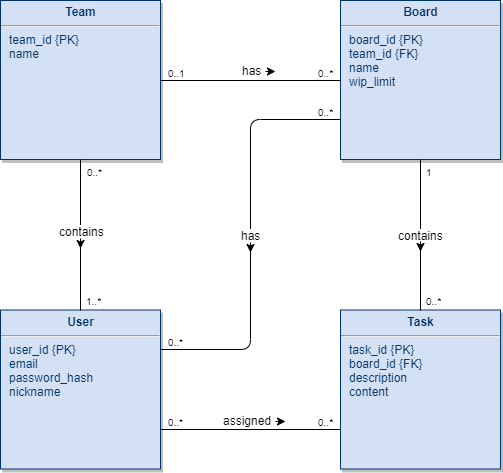
Earlier version of the draw.io export resources/kanban-model-er.png (Sentrilio/kanban-app). Source tidied: cells renumbered, new cells last; positions are measured from the earlier drawing's top-left corner, leaving out a move shared by most shapes.
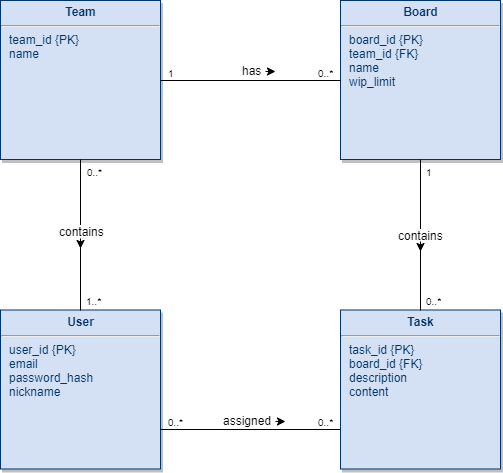
The same file after the commit.

Commit message:
changed structure of database (removed relation between user-board table and changed relation between board-team table)

The edit, as a diff of the source:
```diff
@@ -35,7 +35,7 @@
     <mxCell id="10" style="endArrow=none;html=1;edgeStyle=orthogonalEdgeStyle;exitX=1;exitY=0.5;exitDx=0;exitDy=0;entryX=0;entryY=0.5;entryDx=0;entryDy=0;" parent="1" edge="1" source="5" target="3">
       <mxGeometry relative="1" as="geometry" />
     </mxCell>
-    <mxCell id="11" value="0..1" style="html=1;align=left;verticalAlign=bottom;labelBackgroundColor=#ffffff;fontSize=10;" parent="10" vertex="1">
+    <mxCell id="11" value="1" style="html=1;align=left;verticalAlign=bottom;labelBackgroundColor=#ffffff;fontSize=10;" parent="10" vertex="1">
       <mxGeometry x="-1" relative="1" as="geometry">
         <mxPoint x="4.5" y="0.5" as="offset" />
       </mxGeometry>
@@ -92,24 +92,6 @@
         <mxPoint x="285" y="421" as="targetPoint" />
       </mxGeometry>
     </mxCell>
-    <mxCell id="22" style="endArrow=none;html=1;edgeStyle=orthogonalEdgeStyle;exitX=1;exitY=0.25;exitDx=0;exitDy=0;entryX=0;entryY=0.75;entryDx=0;entryDy=0;" parent="1" edge="1" source="2" target="3">
-      <mxGeometry relative="1" as="geometry" />
-    </mxCell>
-    <mxCell id="23" value="0..*" style="html=1;align=left;verticalAlign=bottom;labelBackgroundColor=#ffffff;fontSize=10;" parent="22" vertex="1">
-      <mxGeometry x="-1" relative="1" as="geometry">
-        <mxPoint x="4.5" y="0.5" as="offset" />
-      </mxGeometry>
-    </mxCell>
-    <mxCell id="24" value="0..*" style="html=1;align=right;verticalAlign=bottom;labelBackgroundColor=#ffffff;fontSize=10;" parent="22" vertex="1">
-      <mxGeometry x="1" relative="1" as="geometry">
-        <mxPoint x="-5.5" y="0.5" as="offset" />
-      </mxGeometry>
-    </mxCell>
-    <mxCell id="25" value="has" style="text;html=1;align=center;verticalAlign=middle;labelBackgroundColor=#ffffff;" parent="22" vertex="1">
-      <mxGeometry x="0.01" y="11" relative="1" as="geometry">
-        <mxPoint x="11" y="2.5" as="offset" />
-      </mxGeometry>
-    </mxCell>
     <mxCell id="26" style="endArrow=none;html=1;edgeStyle=orthogonalEdgeStyle;exitX=1;exitY=0.75;exitDx=0;exitDy=0;entryX=0;entryY=0.75;entryDx=0;entryDy=0;" parent="1" edge="1" source="2" target="4">
       <mxGeometry relative="1" as="geometry" />
     </mxCell>
@@ -128,11 +110,5 @@
         <mxPoint x="-5" y="1.5" as="offset" />
       </mxGeometry>
     </mxCell>
-    <mxCell id="30" style="endArrow=classic;html=1;" parent="1" edge="1">
-      <mxGeometry relative="1" as="geometry">
-        <mxPoint x="250" y="242" as="sourcePoint" />
-        <mxPoint x="250" y="252" as="targetPoint" />
-      </mxGeometry>
-    </mxCell>
   </root>
 </mxGraphModel>
```
